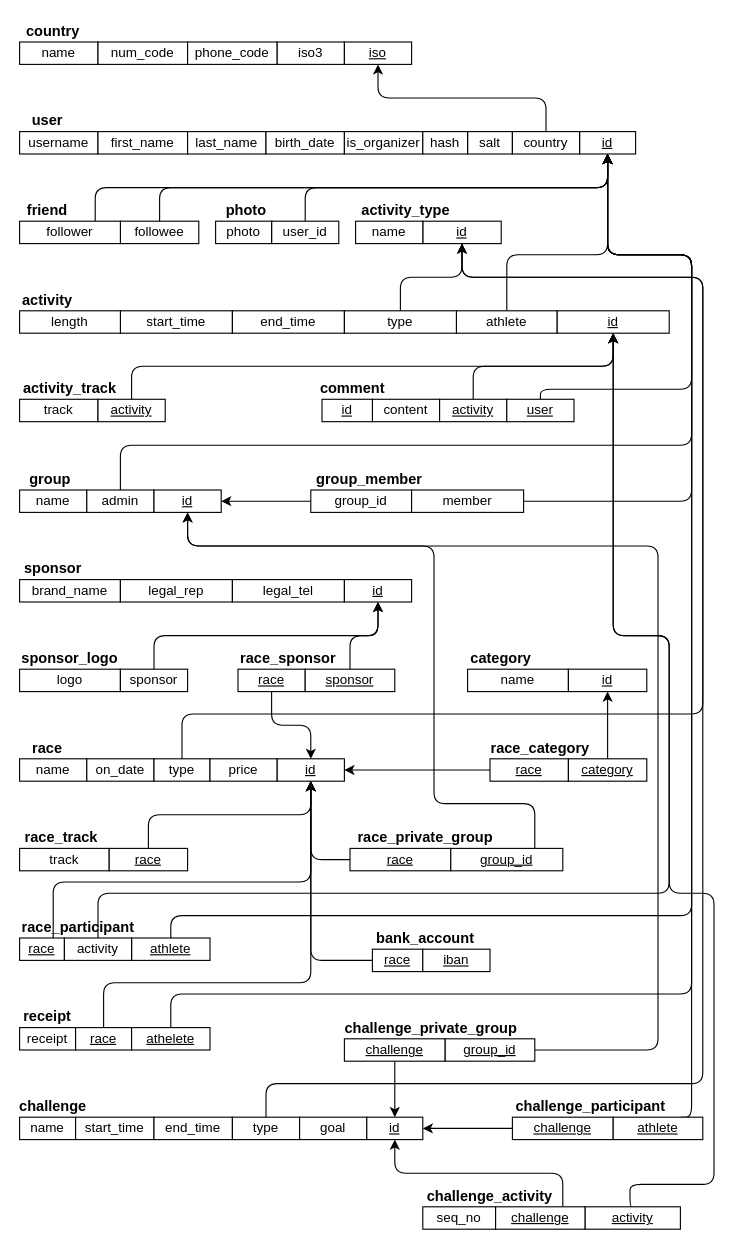
The draw.io diagram page "Relacional" (2 of 3) of docs/diagramas.drawio in itcr3442/CE3101-StraviaTec, before the edit. Source tidied: cells renumbered, new cells numbered last; positions are measured from the earlier drawing's top-left corner, leaving out a move shared by most shapes. Both pictures are drawn from the tidied source at 112%, with x=0, y=0 at pixel (19, 19).
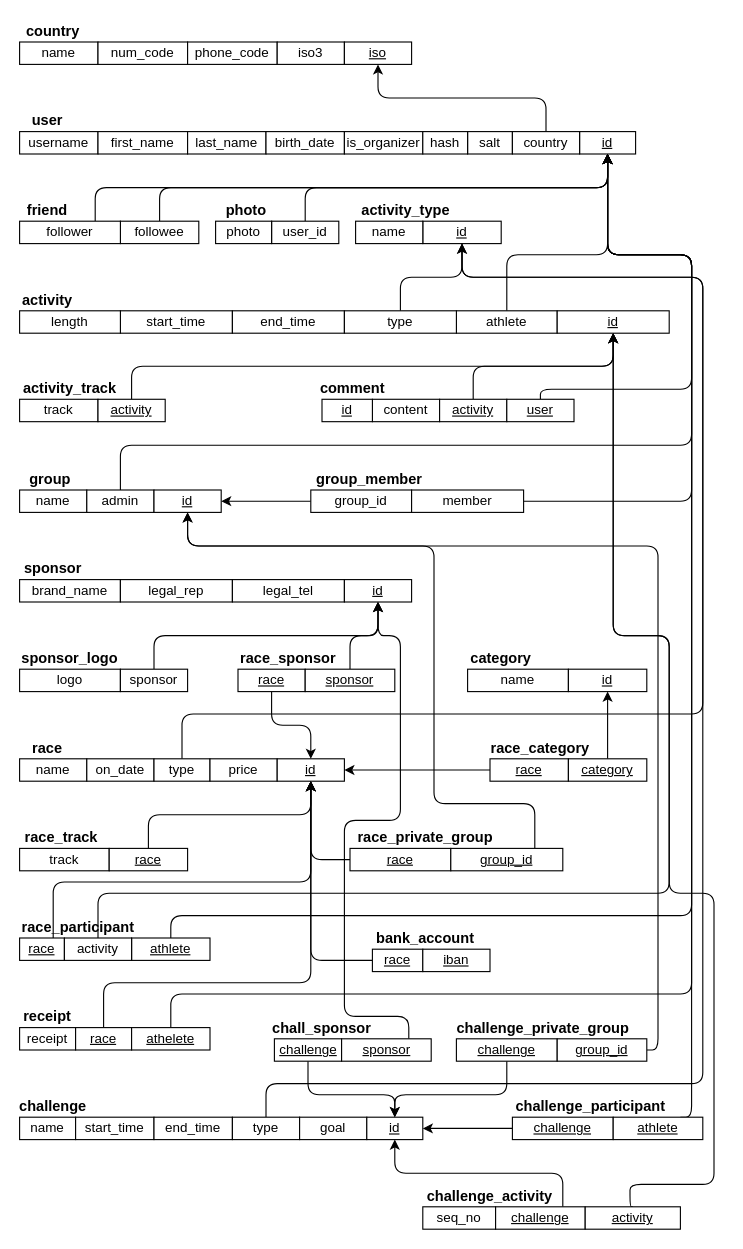
The same diagram, later.

Unchanged cells that the change refers to:
```xml
<mxCell id="67" value="&lt;u&gt;id&lt;/u&gt;" style="rounded=0;whiteSpace=wrap;html=1;" parent="1" vertex="1">
  <mxGeometry x="290" y="500" width="60" height="20" as="geometry" />
</mxCell>
<mxCell id="116" value="&lt;u&gt;id&lt;/u&gt;" style="rounded=0;whiteSpace=wrap;html=1;" parent="1" vertex="1">
  <mxGeometry x="310" y="980" width="50" height="20" as="geometry" />
</mxCell>
```

Diff of the diagram source:
```diff
@@
     <mxCell id="117" style="edgeStyle=orthogonalEdgeStyle;html=1;exitX=0.5;exitY=1;exitDx=0;exitDy=0;entryX=0.5;entryY=0;entryDx=0;entryDy=0;fontSize=13;" parent="1" edge="1" source="118" target="116">
-      <mxGeometry relative="1" as="geometry" />
+      <mxGeometry relative="1" as="geometry">
+        <Array as="points">
+          <mxPoint x="435" y="960" />
+          <mxPoint x="335" y="960" />
+        </Array>
+      </mxGeometry>
     </mxCell>
     <mxCell id="118" value="&lt;u&gt;challenge&lt;/u&gt;" style="rounded=0;whiteSpace=wrap;html=1;" parent="1" vertex="1">
-      <mxGeometry x="290" y="910" width="90" height="20" as="geometry" />
+      <mxGeometry x="390" y="910" width="90" height="20" as="geometry" />
     </mxCell>
@@
     <mxCell id="120" value="&lt;u&gt;group_id&lt;/u&gt;" style="rounded=0;whiteSpace=wrap;html=1;" parent="1" vertex="1">
-      <mxGeometry x="380" y="910" width="80" height="20" as="geometry" />
+      <mxGeometry x="480" y="910" width="80" height="20" as="geometry" />
     </mxCell>
     <mxCell id="121" value="&lt;font size=&quot;1&quot;&gt;&lt;b style=&quot;font-size: 13px&quot;&gt;challenge_private_group&lt;/b&gt;&lt;/font&gt;" style="text;html=1;strokeColor=none;fillColor=none;align=center;verticalAlign=middle;whiteSpace=wrap;rounded=0;" parent="1" vertex="1">
-      <mxGeometry x="290" y="890" width="155" height="20" as="geometry" />
+      <mxGeometry x="390" y="890" width="155" height="20" as="geometry" />
     </mxCell>
@@
+    <mxCell id="140" style="edgeStyle=orthogonalEdgeStyle;html=1;exitX=0.5;exitY=1;exitDx=0;exitDy=0;entryX=0.5;entryY=0;entryDx=0;entryDy=0;endArrow=classic;endFill=1;" parent="1" edge="1" source="141" target="116">
+      <mxGeometry relative="1" as="geometry">
+        <Array as="points">
+          <mxPoint x="258" y="960" />
+          <mxPoint x="335" y="960" />
+        </Array>
+      </mxGeometry>
+    </mxCell>
+    <mxCell id="141" value="&lt;u&gt;challenge&lt;/u&gt;" style="rounded=0;whiteSpace=wrap;html=1;" parent="1" vertex="1">
+      <mxGeometry x="227.5" y="910" width="60" height="20" as="geometry" />
+    </mxCell>
+    <mxCell id="142" style="edgeStyle=orthogonalEdgeStyle;html=1;exitX=0.75;exitY=0;exitDx=0;exitDy=0;entryX=0.5;entryY=1;entryDx=0;entryDy=0;endArrow=classic;endFill=1;" parent="1" edge="1" source="143" target="67">
+      <mxGeometry relative="1" as="geometry">
+        <Array as="points">
+          <mxPoint x="348" y="890" />
+          <mxPoint x="290" y="890" />
+          <mxPoint x="290" y="715" />
+          <mxPoint x="340" y="715" />
+          <mxPoint x="340" y="550" />
+          <mxPoint x="320" y="550" />
+        </Array>
+      </mxGeometry>
+    </mxCell>
+    <mxCell id="143" value="&lt;u&gt;sponsor&lt;/u&gt;" style="rounded=0;whiteSpace=wrap;html=1;" parent="1" vertex="1">
+      <mxGeometry x="287.5" y="910" width="80" height="20" as="geometry" />
+    </mxCell>
+    <mxCell id="144" value="&lt;font size=&quot;1&quot;&gt;&lt;b style=&quot;font-size: 13px&quot;&gt;chall_sponsor&lt;/b&gt;&lt;/font&gt;" style="text;html=1;strokeColor=none;fillColor=none;align=center;verticalAlign=middle;whiteSpace=wrap;rounded=0;" parent="1" vertex="1">
+      <mxGeometry x="225" y="890" width="90" height="20" as="geometry" />
+    </mxCell>
```
